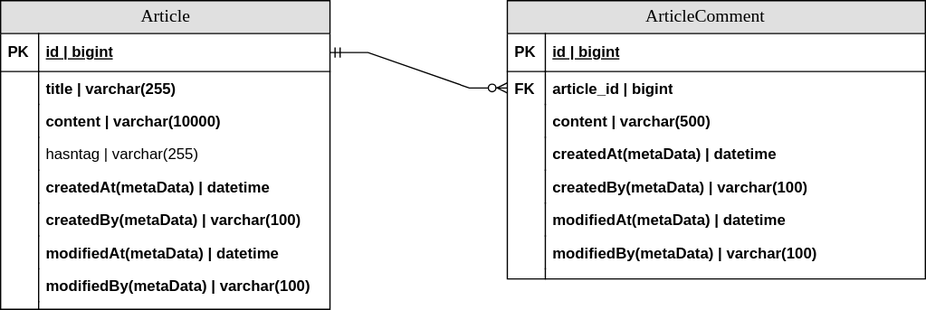
The draw.io diagram fastcampus-project-board/document/project-board-erd.drawio.svg in congsole/fast-board, before a commit. Source tidied: cells renumbered, new cells last; positions are measured from the earlier drawing's top-left corner, leaving out a move shared by most shapes.
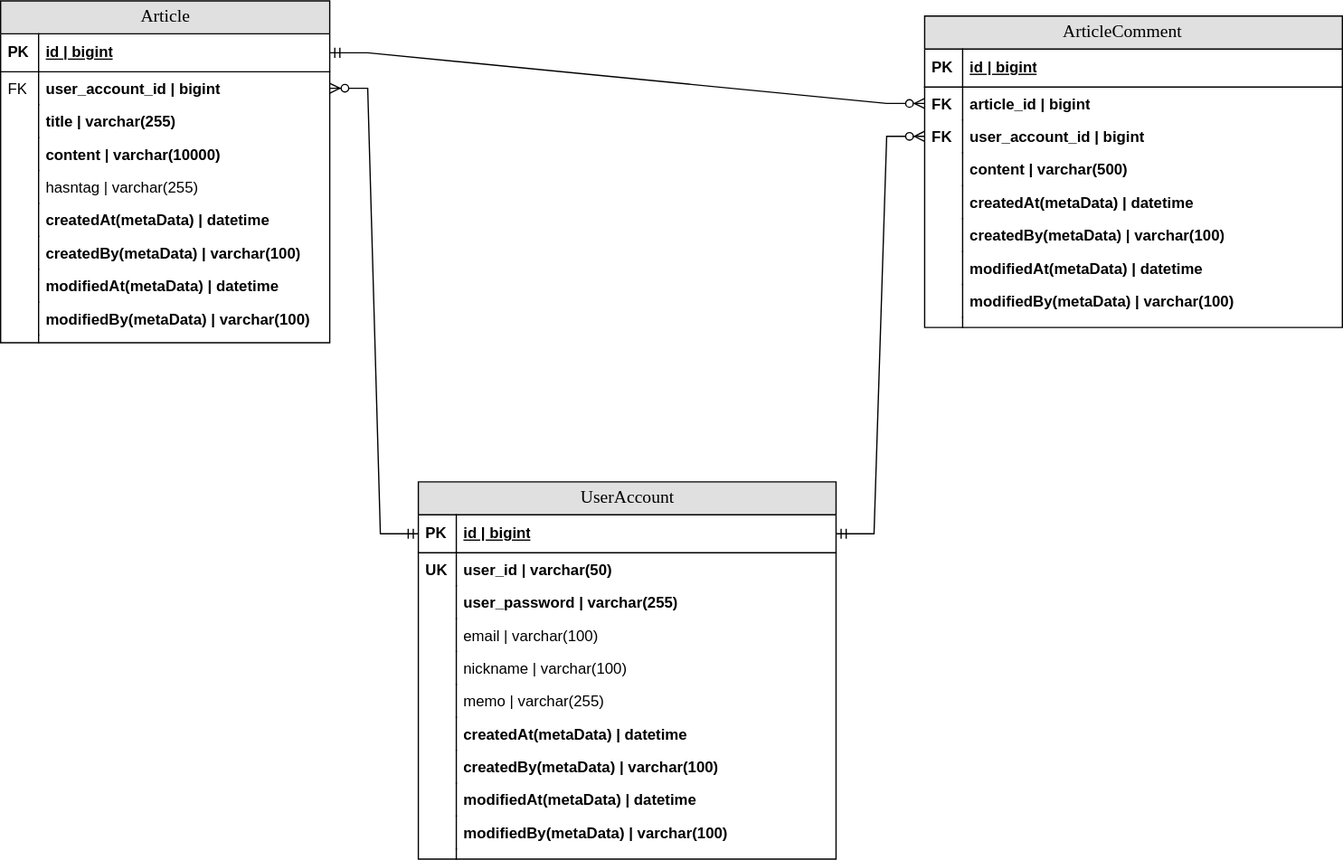
Later version of the same file.

Diff of the diagram source:
```diff
@@ -5,3 +5,3 @@
     <mxCell id="2" value="Article" style="swimlane;html=1;fontStyle=0;horizontal=1;startSize=26;fillColor=#e0e0e0;swimlaneFillColor=#ffffff;align=center;rounded=0;shadow=0;comic=0;labelBackgroundColor=none;strokeWidth=1;fontFamily=Verdana;fontSize=14;" parent="1" vertex="1">
-      <mxGeometry width="260" height="244" as="geometry" />
+      <mxGeometry width="260" height="270" as="geometry" />
     </mxCell>
@@ -13,10 +13,16 @@
     </mxCell>
-    <mxCell id="5" value="title | varchar(255)" style="shape=partialRectangle;top=0;left=0;right=0;bottom=0;html=1;align=left;verticalAlign=top;fillColor=none;spacingLeft=34;spacingRight=4;whiteSpace=wrap;overflow=hidden;points=[[0,0.5],[1,0.5]];portConstraint=eastwest;fontStyle=1;" parent="2" vertex="1">
+    <mxCell id="5" value="user_account_id | bigint" style="shape=partialRectangle;top=0;left=0;right=0;bottom=0;html=1;align=left;verticalAlign=top;fillColor=none;spacingLeft=34;spacingRight=4;whiteSpace=wrap;overflow=hidden;points=[[0,0.5],[1,0.5]];portConstraint=eastwest;fontStyle=1;" parent="2" vertex="1">
       <mxGeometry y="56" width="260" height="26" as="geometry" />
     </mxCell>
-    <mxCell id="6" style="shape=partialRectangle;top=0;left=0;bottom=0;html=1;fillColor=none;align=left;verticalAlign=top;spacingLeft=4;spacingRight=4;whiteSpace=wrap;overflow=hidden;" parent="5" vertex="1">
+    <mxCell id="6" value="FK" style="shape=partialRectangle;top=0;left=0;bottom=0;html=1;fillColor=none;align=left;verticalAlign=top;spacingLeft=4;spacingRight=4;whiteSpace=wrap;overflow=hidden;" parent="5" vertex="1">
       <mxGeometry width="30" height="26" as="geometry" />
     </mxCell>
+    <mxCell id="39" value="title | varchar(255)" style="shape=partialRectangle;top=0;left=0;right=0;bottom=0;html=1;align=left;verticalAlign=top;fillColor=none;spacingLeft=34;spacingRight=4;whiteSpace=wrap;overflow=hidden;fontStyle=1;" parent="2" vertex="1">
+      <mxGeometry y="82" width="260" height="26" as="geometry" />
+    </mxCell>
+    <mxCell id="40" style="shape=partialRectangle;top=0;left=0;bottom=0;html=1;fillColor=none;align=left;verticalAlign=top;spacingLeft=4;spacingRight=4;whiteSpace=wrap;overflow=hidden;" parent="39" vertex="1">
+      <mxGeometry width="30" height="26" as="geometry" />
+    </mxCell>
     <mxCell id="7" value="content | varchar(10000)" style="shape=partialRectangle;top=0;left=0;right=0;bottom=0;html=1;align=left;verticalAlign=top;fillColor=none;spacingLeft=34;spacingRight=4;whiteSpace=wrap;overflow=hidden;fontStyle=1;" parent="2" vertex="1">
-      <mxGeometry y="82" width="260" height="26" as="geometry" />
+      <mxGeometry y="108" width="260" height="26" as="geometry" />
     </mxCell>
@@ -26,3 +32,3 @@
     <mxCell id="9" value="hasntag | varchar(255)" style="shape=partialRectangle;top=0;left=0;right=0;bottom=0;html=1;align=left;verticalAlign=top;fillColor=none;spacingLeft=34;spacingRight=4;whiteSpace=wrap;overflow=hidden;" parent="2" vertex="1">
-      <mxGeometry y="108" width="260" height="26" as="geometry" />
+      <mxGeometry y="134" width="260" height="26" as="geometry" />
     </mxCell>
@@ -32,3 +38,3 @@
     <mxCell id="11" value="createdAt(metaData) | datetime" style="shape=partialRectangle;top=0;left=0;right=0;bottom=0;html=1;align=left;verticalAlign=top;fillColor=none;spacingLeft=34;spacingRight=4;whiteSpace=wrap;overflow=hidden;fontStyle=1;" parent="2" vertex="1">
-      <mxGeometry y="134" width="260" height="26" as="geometry" />
+      <mxGeometry y="160" width="260" height="26" as="geometry" />
     </mxCell>
@@ -38,3 +44,3 @@
     <mxCell id="13" value="createdBy(metaData) | varchar(100)" style="shape=partialRectangle;top=0;left=0;right=0;bottom=0;html=1;align=left;verticalAlign=top;fillColor=none;spacingLeft=34;spacingRight=4;whiteSpace=wrap;overflow=hidden;fontStyle=1;" parent="2" vertex="1">
-      <mxGeometry y="160" width="260" height="26" as="geometry" />
+      <mxGeometry y="186" width="260" height="26" as="geometry" />
     </mxCell>
@@ -44,3 +50,3 @@
     <mxCell id="15" value="modifiedAt(metaData) | datetime" style="shape=partialRectangle;top=0;left=0;right=0;bottom=0;html=1;align=left;verticalAlign=top;fillColor=none;spacingLeft=34;spacingRight=4;whiteSpace=wrap;overflow=hidden;fontStyle=1;" parent="2" vertex="1">
-      <mxGeometry y="186" width="260" height="26" as="geometry" />
+      <mxGeometry y="212" width="260" height="26" as="geometry" />
     </mxCell>
@@ -50,3 +56,3 @@
     <mxCell id="17" value="modifiedBy(metaData) | varchar(100)" style="shape=partialRectangle;top=0;left=0;right=0;bottom=0;html=1;align=left;verticalAlign=top;fillColor=none;spacingLeft=34;spacingRight=4;whiteSpace=wrap;overflow=hidden;fontStyle=1;" parent="2" vertex="1">
-      <mxGeometry y="212" width="260" height="26" as="geometry" />
+      <mxGeometry y="238" width="260" height="26" as="geometry" />
     </mxCell>
@@ -56,3 +62,3 @@
     <mxCell id="19" style="shape=partialRectangle;top=0;left=0;right=0;bottom=0;html=1;align=left;verticalAlign=top;fillColor=none;spacingLeft=34;spacingRight=4;whiteSpace=wrap;overflow=hidden;" parent="2" vertex="1">
-      <mxGeometry y="238" width="260" height="6" as="geometry" />
+      <mxGeometry y="264" width="260" height="6" as="geometry" />
     </mxCell>
@@ -62,3 +68,3 @@
     <mxCell id="21" value="ArticleComment&lt;span style=&quot;white-space: pre;&quot;&gt;&#9;&lt;/span&gt;" style="swimlane;html=1;fontStyle=0;horizontal=1;startSize=26;fillColor=#e0e0e0;swimlaneFillColor=#ffffff;align=center;rounded=0;shadow=0;comic=0;labelBackgroundColor=none;strokeWidth=1;fontFamily=Verdana;fontSize=14;" parent="1" vertex="1">
-      <mxGeometry x="400" width="330" height="220" as="geometry" />
+      <mxGeometry x="730" y="12" width="330" height="246" as="geometry" />
     </mxCell>
@@ -76,4 +82,10 @@
     </mxCell>
+    <mxCell id="41" value="user_account_id | bigint" style="shape=partialRectangle;top=0;left=0;right=0;bottom=0;html=1;align=left;verticalAlign=top;fillColor=none;spacingLeft=34;spacingRight=4;whiteSpace=wrap;overflow=hidden;points=[[0,0.5],[1,0.5]];portConstraint=eastwest;fontStyle=1;" parent="21" vertex="1">
+      <mxGeometry y="82" width="330" height="26" as="geometry" />
+    </mxCell>
+    <mxCell id="42" value="&lt;b&gt;FK&lt;/b&gt;" style="shape=partialRectangle;top=0;left=0;bottom=0;html=1;fillColor=none;align=left;verticalAlign=top;spacingLeft=4;spacingRight=4;whiteSpace=wrap;overflow=hidden;" parent="41" vertex="1">
+      <mxGeometry width="30" height="26" as="geometry" />
+    </mxCell>
     <mxCell id="26" value="content | varchar(500)" style="shape=partialRectangle;top=0;left=0;right=0;bottom=0;html=1;align=left;verticalAlign=top;fillColor=none;spacingLeft=34;spacingRight=4;whiteSpace=wrap;overflow=hidden;fontStyle=1;" parent="21" vertex="1">
-      <mxGeometry y="82" width="330" height="26" as="geometry" />
+      <mxGeometry y="108" width="330" height="26" as="geometry" />
     </mxCell>
@@ -83,3 +95,3 @@
     <mxCell id="28" value="createdAt(metaData) | datetime" style="shape=partialRectangle;top=0;left=0;right=0;bottom=0;html=1;align=left;verticalAlign=top;fillColor=none;spacingLeft=34;spacingRight=4;whiteSpace=wrap;overflow=hidden;fontStyle=1;" parent="21" vertex="1">
-      <mxGeometry y="108" width="330" height="26" as="geometry" />
+      <mxGeometry y="134" width="330" height="26" as="geometry" />
     </mxCell>
@@ -89,3 +101,3 @@
     <mxCell id="30" value="createdBy(metaData) | varchar(100)" style="shape=partialRectangle;top=0;left=0;right=0;bottom=0;html=1;align=left;verticalAlign=top;fillColor=none;spacingLeft=34;spacingRight=4;whiteSpace=wrap;overflow=hidden;fontStyle=1;" parent="21" vertex="1">
-      <mxGeometry y="134" width="330" height="26" as="geometry" />
+      <mxGeometry y="160" width="330" height="26" as="geometry" />
     </mxCell>
@@ -95,3 +107,3 @@
     <mxCell id="32" value="modifiedAt(metaData) | datetime" style="shape=partialRectangle;top=0;left=0;right=0;bottom=0;html=1;align=left;verticalAlign=top;fillColor=none;spacingLeft=34;spacingRight=4;whiteSpace=wrap;overflow=hidden;fontStyle=1;" parent="21" vertex="1">
-      <mxGeometry y="160" width="330" height="26" as="geometry" />
+      <mxGeometry y="186" width="330" height="26" as="geometry" />
     </mxCell>
@@ -101,3 +113,3 @@
     <mxCell id="34" value="modifiedBy(metaData) | varchar(100)" style="shape=partialRectangle;top=0;left=0;right=0;bottom=0;html=1;align=left;verticalAlign=top;fillColor=none;spacingLeft=34;spacingRight=4;whiteSpace=wrap;overflow=hidden;fontStyle=1;" parent="21" vertex="1">
-      <mxGeometry y="186" width="330" height="26" as="geometry" />
+      <mxGeometry y="212" width="330" height="26" as="geometry" />
     </mxCell>
@@ -107,3 +119,3 @@
     <mxCell id="36" style="shape=partialRectangle;top=0;left=0;right=0;bottom=0;html=1;align=left;verticalAlign=top;fillColor=none;spacingLeft=34;spacingRight=4;whiteSpace=wrap;overflow=hidden;" parent="21" vertex="1">
-      <mxGeometry y="212" width="330" height="8" as="geometry" />
+      <mxGeometry y="238" width="330" height="8" as="geometry" />
     </mxCell>
@@ -115,2 +127,93 @@
     </mxCell>
+    <mxCell id="43" value="UserAccount" style="swimlane;html=1;fontStyle=0;horizontal=1;startSize=26;fillColor=#e0e0e0;swimlaneFillColor=#ffffff;align=center;rounded=0;shadow=0;comic=0;labelBackgroundColor=none;strokeWidth=1;fontFamily=Verdana;fontSize=14;" parent="1" vertex="1">
+      <mxGeometry x="330" y="380" width="330" height="298" as="geometry" />
+    </mxCell>
+    <mxCell id="44" value="id | bigint" style="shape=partialRectangle;top=0;left=0;right=0;bottom=1;html=1;align=left;verticalAlign=middle;fillColor=none;spacingLeft=34;spacingRight=4;whiteSpace=wrap;overflow=hidden;points=[[0,0.5],[1,0.5]];portConstraint=eastwest;fontStyle=5;" parent="43" vertex="1">
+      <mxGeometry y="26" width="330" height="30" as="geometry" />
+    </mxCell>
+    <mxCell id="45" value="&lt;b&gt;PK&lt;/b&gt;" style="shape=partialRectangle;top=0;left=0;bottom=0;html=1;fillColor=none;align=left;verticalAlign=middle;spacingLeft=4;spacingRight=4;whiteSpace=wrap;overflow=hidden;" parent="44" vertex="1">
+      <mxGeometry width="30" height="30" as="geometry" />
+    </mxCell>
+    <mxCell id="46" value="user_id | varchar(50)" style="shape=partialRectangle;top=0;left=0;right=0;bottom=0;html=1;align=left;verticalAlign=top;fillColor=none;spacingLeft=34;spacingRight=4;whiteSpace=wrap;overflow=hidden;fontStyle=1;" parent="43" vertex="1">
+      <mxGeometry y="56" width="330" height="26" as="geometry" />
+    </mxCell>
+    <mxCell id="47" value="&lt;b&gt;UK&lt;/b&gt;" style="shape=partialRectangle;top=0;left=0;bottom=0;html=1;fillColor=none;align=left;verticalAlign=top;spacingLeft=4;spacingRight=4;whiteSpace=wrap;overflow=hidden;" parent="46" vertex="1">
+      <mxGeometry width="30" height="26" as="geometry" />
+    </mxCell>
+    <mxCell id="48" value="user_password | varchar(255)" style="shape=partialRectangle;top=0;left=0;right=0;bottom=0;html=1;align=left;verticalAlign=top;fillColor=none;spacingLeft=34;spacingRight=4;whiteSpace=wrap;overflow=hidden;fontStyle=1;" parent="43" vertex="1">
+      <mxGeometry y="82" width="330" height="26" as="geometry" />
+    </mxCell>
+    <mxCell id="49" style="shape=partialRectangle;top=0;left=0;bottom=0;html=1;fillColor=none;align=left;verticalAlign=top;spacingLeft=4;spacingRight=4;whiteSpace=wrap;overflow=hidden;" parent="48" vertex="1">
+      <mxGeometry width="30" height="26" as="geometry" />
+    </mxCell>
+    <mxCell id="50" value="&lt;span style=&quot;font-weight: normal;&quot;&gt;email | varchar(100)&lt;/span&gt;" style="shape=partialRectangle;top=0;left=0;right=0;bottom=0;html=1;align=left;verticalAlign=top;fillColor=none;spacingLeft=34;spacingRight=4;whiteSpace=wrap;overflow=hidden;fontStyle=1;" parent="43" vertex="1">
+      <mxGeometry y="108" width="330" height="26" as="geometry" />
+    </mxCell>
+    <mxCell id="51" style="shape=partialRectangle;top=0;left=0;bottom=0;html=1;fillColor=none;align=left;verticalAlign=top;spacingLeft=4;spacingRight=4;whiteSpace=wrap;overflow=hidden;" parent="50" vertex="1">
+      <mxGeometry width="30" height="26" as="geometry" />
+    </mxCell>
+    <mxCell id="52" value="&lt;span style=&quot;font-weight: normal;&quot;&gt;nickname | varchar(100)&lt;/span&gt;" style="shape=partialRectangle;top=0;left=0;right=0;bottom=0;html=1;align=left;verticalAlign=top;fillColor=none;spacingLeft=34;spacingRight=4;whiteSpace=wrap;overflow=hidden;fontStyle=1;" parent="43" vertex="1">
+      <mxGeometry y="134" width="330" height="26" as="geometry" />
+    </mxCell>
+    <mxCell id="53" style="shape=partialRectangle;top=0;left=0;bottom=0;html=1;fillColor=none;align=left;verticalAlign=top;spacingLeft=4;spacingRight=4;whiteSpace=wrap;overflow=hidden;" parent="52" vertex="1">
+      <mxGeometry width="30" height="26" as="geometry" />
+    </mxCell>
+    <mxCell id="54" value="&lt;span style=&quot;font-weight: normal;&quot;&gt;memo | varchar(255)&lt;/span&gt;" style="shape=partialRectangle;top=0;left=0;right=0;bottom=0;html=1;align=left;verticalAlign=top;fillColor=none;spacingLeft=34;spacingRight=4;whiteSpace=wrap;overflow=hidden;fontStyle=1;" parent="43" vertex="1">
+      <mxGeometry y="160" width="330" height="26" as="geometry" />
+    </mxCell>
+    <mxCell id="55" style="shape=partialRectangle;top=0;left=0;bottom=0;html=1;fillColor=none;align=left;verticalAlign=top;spacingLeft=4;spacingRight=4;whiteSpace=wrap;overflow=hidden;" parent="54" vertex="1">
+      <mxGeometry width="30" height="26" as="geometry" />
+    </mxCell>
+    <mxCell id="56" value="createdAt(metaData) | datetime" style="shape=partialRectangle;top=0;left=0;right=0;bottom=0;html=1;align=left;verticalAlign=top;fillColor=none;spacingLeft=34;spacingRight=4;whiteSpace=wrap;overflow=hidden;fontStyle=1;" parent="43" vertex="1">
+      <mxGeometry y="186" width="330" height="26" as="geometry" />
+    </mxCell>
+    <mxCell id="57" style="shape=partialRectangle;top=0;left=0;bottom=0;html=1;fillColor=none;align=left;verticalAlign=top;spacingLeft=4;spacingRight=4;whiteSpace=wrap;overflow=hidden;" parent="56" vertex="1">
+      <mxGeometry width="30" height="26" as="geometry" />
+    </mxCell>
+    <mxCell id="58" value="createdBy(metaData) | varchar(100)" style="shape=partialRectangle;top=0;left=0;right=0;bottom=0;html=1;align=left;verticalAlign=top;fillColor=none;spacingLeft=34;spacingRight=4;whiteSpace=wrap;overflow=hidden;fontStyle=1;" parent="43" vertex="1">
+      <mxGeometry y="212" width="330" height="26" as="geometry" />
+    </mxCell>
+    <mxCell id="59" style="shape=partialRectangle;top=0;left=0;bottom=0;html=1;fillColor=none;align=left;verticalAlign=top;spacingLeft=4;spacingRight=4;whiteSpace=wrap;overflow=hidden;" parent="58" vertex="1">
+      <mxGeometry width="30" height="26" as="geometry" />
+    </mxCell>
+    <mxCell id="60" value="modifiedAt(metaData) | datetime" style="shape=partialRectangle;top=0;left=0;right=0;bottom=0;html=1;align=left;verticalAlign=top;fillColor=none;spacingLeft=34;spacingRight=4;whiteSpace=wrap;overflow=hidden;fontStyle=1;" parent="43" vertex="1">
+      <mxGeometry y="238" width="330" height="26" as="geometry" />
+    </mxCell>
+    <mxCell id="61" style="shape=partialRectangle;top=0;left=0;bottom=0;html=1;fillColor=none;align=left;verticalAlign=top;spacingLeft=4;spacingRight=4;whiteSpace=wrap;overflow=hidden;" parent="60" vertex="1">
+      <mxGeometry width="30" height="26" as="geometry" />
+    </mxCell>
+    <mxCell id="62" value="modifiedBy(metaData) | varchar(100)" style="shape=partialRectangle;top=0;left=0;right=0;bottom=0;html=1;align=left;verticalAlign=top;fillColor=none;spacingLeft=34;spacingRight=4;whiteSpace=wrap;overflow=hidden;fontStyle=1;" parent="43" vertex="1">
+      <mxGeometry y="264" width="330" height="26" as="geometry" />
+    </mxCell>
+    <mxCell id="63" style="shape=partialRectangle;top=0;left=0;bottom=0;html=1;fillColor=none;align=left;verticalAlign=top;spacingLeft=4;spacingRight=4;whiteSpace=wrap;overflow=hidden;" parent="62" vertex="1">
+      <mxGeometry width="30" height="26" as="geometry" />
+    </mxCell>
+    <mxCell id="64" style="shape=partialRectangle;top=0;left=0;right=0;bottom=0;html=1;align=left;verticalAlign=top;fillColor=none;spacingLeft=34;spacingRight=4;whiteSpace=wrap;overflow=hidden;" parent="43" vertex="1">
+      <mxGeometry y="290" width="330" height="8" as="geometry" />
+    </mxCell>
+    <mxCell id="65" style="shape=partialRectangle;top=0;left=0;bottom=0;html=1;fillColor=none;align=left;verticalAlign=top;spacingLeft=4;spacingRight=4;whiteSpace=wrap;overflow=hidden;" parent="64" vertex="1">
+      <mxGeometry width="30" height="8" as="geometry" />
+    </mxCell>
+    <mxCell id="66" style="edgeStyle=entityRelationEdgeStyle;fontSize=12;html=1;endArrow=ERzeroToMany;startArrow=ERmandOne;rounded=0;exitX=0;exitY=0.5;exitDx=0;exitDy=0;entryX=1;entryY=0.5;entryDx=0;entryDy=0;" parent="1" edge="1" source="44" target="5">
+      <mxGeometry relative="1" as="geometry">
+        <Array as="points">
+          <mxPoint x="160" y="290" />
+          <mxPoint x="340" y="250" />
+          <mxPoint x="280" y="110" />
+          <mxPoint x="230" y="70" />
+          <mxPoint x="150" y="290" />
+        </Array>
+      </mxGeometry>
+    </mxCell>
+    <mxCell id="67" style="edgeStyle=entityRelationEdgeStyle;fontSize=12;html=1;endArrow=ERzeroToMany;startArrow=ERmandOne;rounded=0;exitX=1;exitY=0.5;exitDx=0;exitDy=0;entryX=0;entryY=0.5;entryDx=0;entryDy=0;" parent="1" edge="1" source="44" target="41">
+      <mxGeometry relative="1" as="geometry">
+        <Array as="points">
+          <mxPoint x="490" y="291" />
+          <mxPoint x="670" y="251" />
+          <mxPoint x="610" y="111" />
+          <mxPoint x="560" y="71" />
+          <mxPoint x="480" y="291" />
+        </Array>
+      </mxGeometry>
+    </mxCell>
   </root>
```
